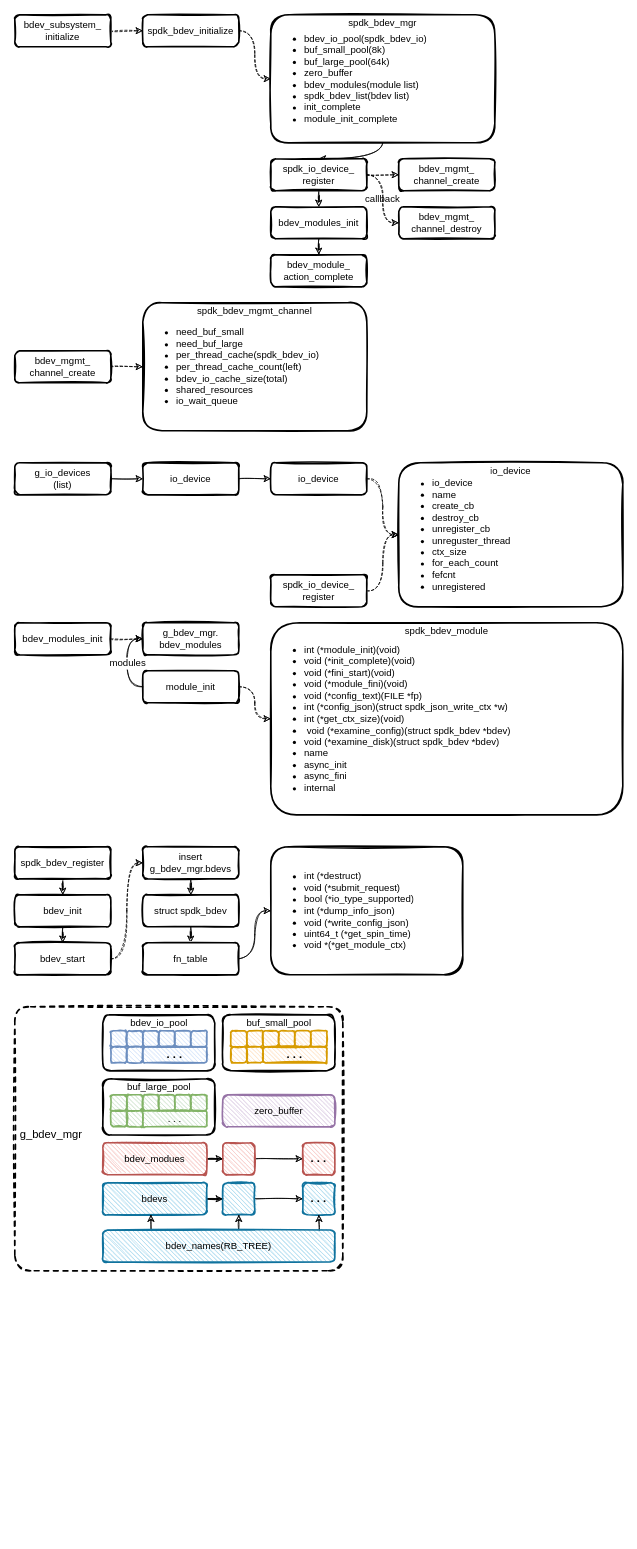
The draw.io diagram page "spdk_bdev" (1 of 5) of spdk/spdk_bdev.drawio in EarthWind/deeparch, before the edit. Source tidied: cells renumbered, new cells numbered last; positions are measured from the earlier drawing's top-left corner, leaving out a move shared by most shapes. Both pictures are drawn from the tidied source at 80%, with x=0, y=0 at pixel (14, 14).
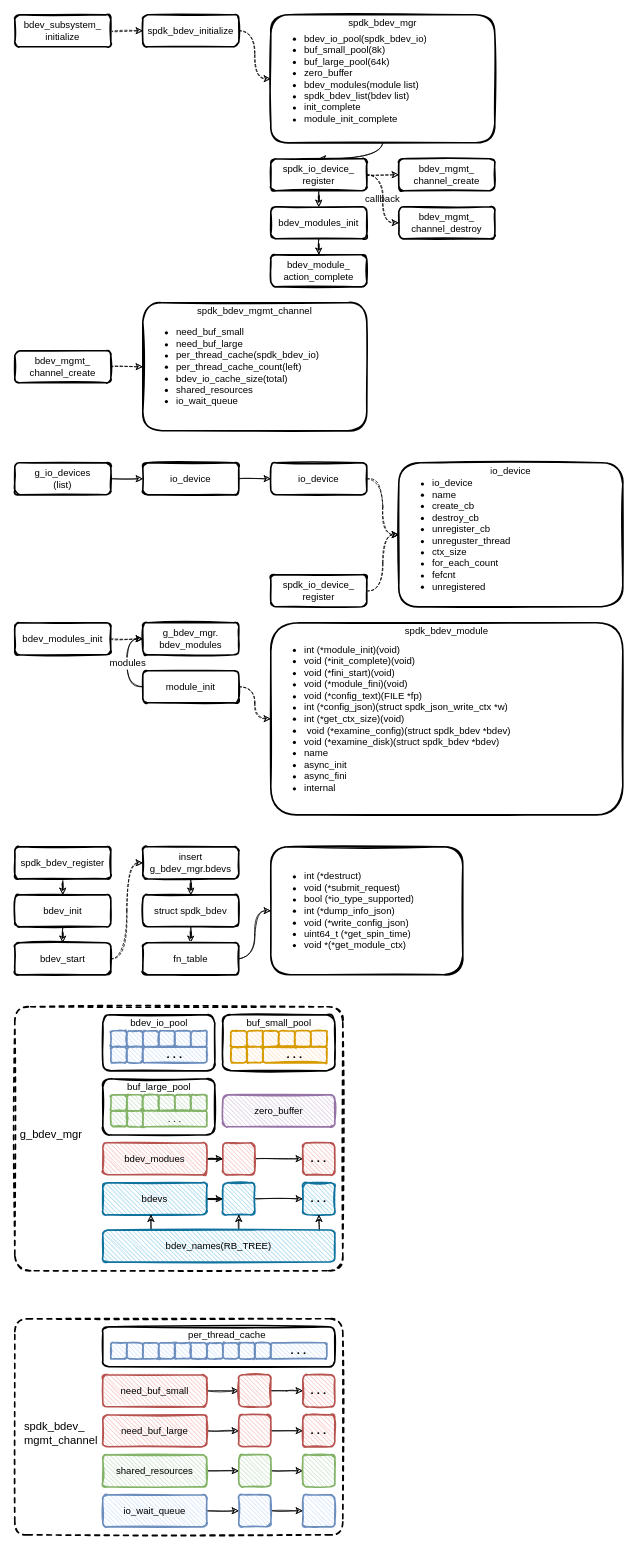
The same diagram, later.

Change to the diagram source:
```diff
@@
+    <mxCell id="110" style="rounded=1;whiteSpace=wrap;html=1;strokeWidth=2;fillWeight=1;hachureGap=4;hachureAngle=45;sketch=1;shadow=0;fontSize=12;dashed=1;arcSize=6;" parent="1" vertex="1">
+      <mxGeometry y="1630" width="410" height="270" as="geometry" />
+    </mxCell>
@@
+    <mxCell id="111" style="rounded=1;whiteSpace=wrap;html=1;strokeWidth=2;fillWeight=1;hachureGap=4;hachureAngle=45;sketch=1;shadow=0;fontSize=12;" parent="1" vertex="1">
+      <mxGeometry x="110" y="1640" width="290" height="50" as="geometry" />
+    </mxCell>
+    <mxCell id="112" style="rounded=1;whiteSpace=wrap;html=1;strokeWidth=2;fillWeight=1;hachureGap=4;hachureAngle=45;sketch=1;shadow=0;fontSize=12;fillColor=#dae8fc;strokeColor=#6c8ebf;" parent="1" vertex="1">
+      <mxGeometry x="120" y="1660" width="20" height="20" as="geometry" />
+    </mxCell>
+    <mxCell id="113" style="rounded=1;whiteSpace=wrap;html=1;strokeWidth=2;fillWeight=1;hachureGap=4;hachureAngle=45;sketch=1;shadow=0;fontSize=12;fillColor=#dae8fc;strokeColor=#6c8ebf;" parent="1" vertex="1">
+      <mxGeometry x="140" y="1660" width="20" height="20" as="geometry" />
+    </mxCell>
+    <mxCell id="114" style="rounded=1;whiteSpace=wrap;html=1;strokeWidth=2;fillWeight=1;hachureGap=4;hachureAngle=45;sketch=1;shadow=0;fontSize=12;fillColor=#dae8fc;strokeColor=#6c8ebf;" parent="1" vertex="1">
+      <mxGeometry x="160" y="1660" width="20" height="20" as="geometry" />
+    </mxCell>
+    <mxCell id="115" style="rounded=1;whiteSpace=wrap;html=1;strokeWidth=2;fillWeight=1;hachureGap=4;hachureAngle=45;sketch=1;shadow=0;fontSize=12;fillColor=#dae8fc;strokeColor=#6c8ebf;" parent="1" vertex="1">
+      <mxGeometry x="180" y="1660" width="20" height="20" as="geometry" />
+    </mxCell>
+    <mxCell id="116" value=". . ." style="rounded=1;whiteSpace=wrap;html=1;strokeWidth=2;fillWeight=1;hachureGap=4;hachureAngle=45;sketch=1;shadow=0;fontSize=14;fillColor=#dae8fc;strokeColor=#6c8ebf;fontStyle=1;" parent="1" vertex="1">
+      <mxGeometry x="320" y="1660" width="70" height="20" as="geometry" />
+    </mxCell>
+    <mxCell id="117" value="per_thread_cache" style="text;html=1;align=center;verticalAlign=middle;strokeColor=none;fillColor=none;" parent="1" vertex="1">
+      <mxGeometry x="210" y="1640" width="110" height="20" as="geometry" />
+    </mxCell>
+    <mxCell id="118" style="rounded=1;whiteSpace=wrap;html=1;strokeWidth=2;fillWeight=1;hachureGap=4;hachureAngle=45;sketch=1;shadow=0;fontSize=12;fillColor=#dae8fc;strokeColor=#6c8ebf;" parent="1" vertex="1">
+      <mxGeometry x="200" y="1660" width="20" height="20" as="geometry" />
+    </mxCell>
+    <mxCell id="119" style="rounded=1;whiteSpace=wrap;html=1;strokeWidth=2;fillWeight=1;hachureGap=4;hachureAngle=45;sketch=1;shadow=0;fontSize=12;fillColor=#dae8fc;strokeColor=#6c8ebf;" parent="1" vertex="1">
+      <mxGeometry x="220" y="1660" width="20" height="20" as="geometry" />
+    </mxCell>
+    <mxCell id="120" style="edgeStyle=orthogonalEdgeStyle;rounded=0;sketch=1;jettySize=auto;html=1;entryX=0;entryY=0.5;entryDx=0;entryDy=0;fontSize=14;" parent="1" edge="1" source="121" target="123">
+      <mxGeometry relative="1" as="geometry" />
+    </mxCell>
+    <mxCell id="121" value="need_buf_small" style="rounded=1;whiteSpace=wrap;html=1;strokeWidth=2;fillWeight=1;hachureGap=4;hachureAngle=45;sketch=1;shadow=0;fontSize=12;fillColor=#f8cecc;strokeColor=#b85450;" parent="1" vertex="1">
+      <mxGeometry x="110" y="1700" width="130" height="40" as="geometry" />
+    </mxCell>
+    <mxCell id="122" style="edgeStyle=orthogonalEdgeStyle;rounded=0;sketch=1;jettySize=auto;html=1;entryX=0;entryY=0.5;entryDx=0;entryDy=0;fontSize=14;" parent="1" edge="1" source="123">
+      <mxGeometry relative="1" as="geometry">
+        <mxPoint x="360" y="1720" as="targetPoint" />
+      </mxGeometry>
+    </mxCell>
+    <mxCell id="123" style="rounded=1;whiteSpace=wrap;html=1;strokeWidth=2;fillWeight=1;hachureGap=4;hachureAngle=45;sketch=1;shadow=0;fontSize=12;fillColor=#f8cecc;strokeColor=#b85450;" parent="1" vertex="1">
+      <mxGeometry x="280" y="1700" width="40" height="40" as="geometry" />
+    </mxCell>
+    <mxCell id="124" style="edgeStyle=orthogonalEdgeStyle;rounded=0;sketch=1;jettySize=auto;html=1;entryX=0;entryY=0.5;entryDx=0;entryDy=0;fontSize=14;" parent="1" edge="1" source="125" target="127">
+      <mxGeometry relative="1" as="geometry" />
+    </mxCell>
+    <mxCell id="125" value="need_buf_large" style="rounded=1;whiteSpace=wrap;html=1;strokeWidth=2;fillWeight=1;hachureGap=4;hachureAngle=45;sketch=1;shadow=0;fontSize=12;fillColor=#f8cecc;strokeColor=#b85450;" parent="1" vertex="1">
+      <mxGeometry x="110" y="1750" width="130" height="40" as="geometry" />
+    </mxCell>
+    <mxCell id="126" style="edgeStyle=orthogonalEdgeStyle;rounded=0;sketch=1;jettySize=auto;html=1;fontSize=14;" parent="1" edge="1" source="127" target="137">
+      <mxGeometry relative="1" as="geometry" />
+    </mxCell>
+    <mxCell id="127" style="rounded=1;whiteSpace=wrap;html=1;strokeWidth=2;fillWeight=1;hachureGap=4;hachureAngle=45;sketch=1;shadow=0;fontSize=12;fillColor=#f8cecc;strokeColor=#b85450;" parent="1" vertex="1">
+      <mxGeometry x="280" y="1750" width="40" height="40" as="geometry" />
+    </mxCell>
+    <mxCell id="128" style="edgeStyle=orthogonalEdgeStyle;rounded=0;sketch=1;jettySize=auto;html=1;entryX=0;entryY=0.5;entryDx=0;entryDy=0;fontSize=14;" parent="1" edge="1" source="129" target="131">
+      <mxGeometry relative="1" as="geometry" />
+    </mxCell>
+    <mxCell id="129" value="shared_resources" style="rounded=1;whiteSpace=wrap;html=1;strokeWidth=2;fillWeight=1;hachureGap=4;hachureAngle=45;sketch=1;shadow=0;fontSize=12;fillColor=#d5e8d4;strokeColor=#82b366;" parent="1" vertex="1">
+      <mxGeometry x="110" y="1800" width="130" height="40" as="geometry" />
+    </mxCell>
+    <mxCell id="130" style="edgeStyle=orthogonalEdgeStyle;rounded=0;sketch=1;jettySize=auto;html=1;entryX=0;entryY=0.5;entryDx=0;entryDy=0;fontSize=14;" parent="1" edge="1" source="131" target="138">
+      <mxGeometry relative="1" as="geometry" />
+    </mxCell>
+    <mxCell id="131" style="rounded=1;whiteSpace=wrap;html=1;strokeWidth=2;fillWeight=1;hachureGap=4;hachureAngle=45;sketch=1;shadow=0;fontSize=12;fillColor=#d5e8d4;strokeColor=#82b366;" parent="1" vertex="1">
+      <mxGeometry x="280" y="1800" width="40" height="40" as="geometry" />
+    </mxCell>
+    <mxCell id="132" style="edgeStyle=orthogonalEdgeStyle;rounded=0;sketch=1;jettySize=auto;html=1;entryX=0;entryY=0.5;entryDx=0;entryDy=0;fontSize=14;" parent="1" edge="1" source="133" target="135">
+      <mxGeometry relative="1" as="geometry" />
+    </mxCell>
+    <mxCell id="133" value="io_wait_queue" style="rounded=1;whiteSpace=wrap;html=1;strokeWidth=2;fillWeight=1;hachureGap=4;hachureAngle=45;sketch=1;shadow=0;fontSize=12;fillColor=#dae8fc;strokeColor=#6c8ebf;" parent="1" vertex="1">
+      <mxGeometry x="110" y="1850" width="130" height="40" as="geometry" />
+    </mxCell>
+    <mxCell id="134" style="edgeStyle=orthogonalEdgeStyle;rounded=0;sketch=1;jettySize=auto;html=1;fontSize=14;" parent="1" edge="1" source="135" target="139">
+      <mxGeometry relative="1" as="geometry" />
+    </mxCell>
+    <mxCell id="135" style="rounded=1;whiteSpace=wrap;html=1;strokeWidth=2;fillWeight=1;hachureGap=4;hachureAngle=45;sketch=1;shadow=0;fontSize=12;fillColor=#dae8fc;strokeColor=#6c8ebf;" parent="1" vertex="1">
+      <mxGeometry x="280" y="1850" width="40" height="40" as="geometry" />
+    </mxCell>
+    <mxCell id="136" value=". . ." style="rounded=1;whiteSpace=wrap;html=1;strokeWidth=2;fillWeight=1;hachureGap=4;hachureAngle=45;sketch=1;shadow=0;fontSize=14;fillColor=#f8cecc;strokeColor=#b85450;fontStyle=1;" parent="1" vertex="1">
+      <mxGeometry x="360" y="1700" width="40" height="40" as="geometry" />
+    </mxCell>
+    <mxCell id="137" value=". . ." style="rounded=1;whiteSpace=wrap;html=1;strokeWidth=2;fillWeight=1;hachureGap=4;hachureAngle=45;sketch=1;shadow=0;fontSize=14;fillColor=#f8cecc;strokeColor=#b85450;fontStyle=1;" parent="1" vertex="1">
+      <mxGeometry x="360" y="1750" width="40" height="40" as="geometry" />
+    </mxCell>
+    <mxCell id="138" style="rounded=1;whiteSpace=wrap;html=1;strokeWidth=2;fillWeight=1;hachureGap=4;hachureAngle=45;sketch=1;shadow=0;fontSize=12;fillColor=#d5e8d4;strokeColor=#82b366;" parent="1" vertex="1">
+      <mxGeometry x="360" y="1800" width="40" height="40" as="geometry" />
+    </mxCell>
+    <mxCell id="139" style="rounded=1;whiteSpace=wrap;html=1;strokeWidth=2;fillWeight=1;hachureGap=4;hachureAngle=45;sketch=1;shadow=0;fontSize=12;fillColor=#dae8fc;strokeColor=#6c8ebf;" parent="1" vertex="1">
+      <mxGeometry x="360" y="1850" width="40" height="40" as="geometry" />
+    </mxCell>
+    <mxCell id="140" style="rounded=1;whiteSpace=wrap;html=1;strokeWidth=2;fillWeight=1;hachureGap=4;hachureAngle=45;sketch=1;shadow=0;fontSize=12;fillColor=#dae8fc;strokeColor=#6c8ebf;" parent="1" vertex="1">
+      <mxGeometry x="240" y="1660" width="20" height="20" as="geometry" />
+    </mxCell>
+    <mxCell id="141" style="rounded=1;whiteSpace=wrap;html=1;strokeWidth=2;fillWeight=1;hachureGap=4;hachureAngle=45;sketch=1;shadow=0;fontSize=12;fillColor=#dae8fc;strokeColor=#6c8ebf;" parent="1" vertex="1">
+      <mxGeometry x="260" y="1660" width="20" height="20" as="geometry" />
+    </mxCell>
+    <mxCell id="142" style="rounded=1;whiteSpace=wrap;html=1;strokeWidth=2;fillWeight=1;hachureGap=4;hachureAngle=45;sketch=1;shadow=0;fontSize=12;fillColor=#dae8fc;strokeColor=#6c8ebf;" parent="1" vertex="1">
+      <mxGeometry x="280" y="1660" width="20" height="20" as="geometry" />
+    </mxCell>
+    <mxCell id="143" style="rounded=1;whiteSpace=wrap;html=1;strokeWidth=2;fillWeight=1;hachureGap=4;hachureAngle=45;sketch=1;shadow=0;fontSize=12;fillColor=#dae8fc;strokeColor=#6c8ebf;" parent="1" vertex="1">
+      <mxGeometry x="300" y="1660" width="20" height="20" as="geometry" />
+    </mxCell>
+    <mxCell id="144" value="spdk_bdev_&lt;br&gt;mgmt_channel" style="text;whiteSpace=wrap;html=1;fontSize=14;" parent="1" vertex="1">
+      <mxGeometry x="10" y="1750" width="100" height="30" as="geometry" />
+    </mxCell>
```
